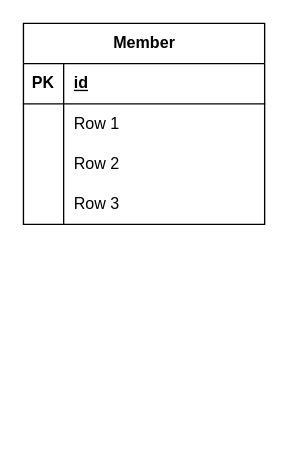
Before: sql/제목 없는 다이어그램.drawio in Kwanwoo-park/study, a draw.io diagram. Source tidied: cells renumbered, new cells numbered last; positions are measured from the earlier drawing's top-left corner, leaving out a move shared by most shapes. Both pictures are drawn from the tidied source at 134%, with x=0, y=0 at pixel (23, 23).
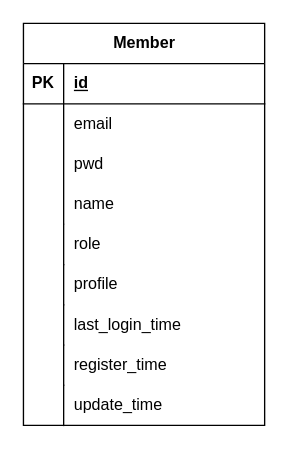
The same diagram, later.

Commit message:
Member ER diagram

Unchanged cells that the change refers to:
```xml
<mxCell id="6" style="shape=tableRow;horizontal=0;startSize=0;swimlaneHead=0;swimlaneBody=0;fillColor=none;top=0;left=0;right=0;bottom=0;" parent="2" vertex="1">
  <mxGeometry y="60" width="180" height="30" as="geometry" />
</mxCell>
<mxCell id="9" style="shape=tableRow;horizontal=0;startSize=0;swimlaneHead=0;swimlaneBody=0;fillColor=none;top=0;left=0;right=0;bottom=0;" parent="2" vertex="1">
  <mxGeometry y="90" width="180" height="30" as="geometry" />
</mxCell>
<mxCell id="12" style="shape=tableRow;horizontal=0;startSize=0;swimlaneHead=0;swimlaneBody=0;fillColor=none;top=0;left=0;right=0;bottom=0;" parent="2" vertex="1">
  <mxGeometry y="120" width="180" height="30" as="geometry" />
</mxCell>
```

What changed in the source:
```diff
@@
     <mxCell id="2" value="Member" style="shape=table;startSize=30;childLayout=tableLayout;rowLines=0;fontStyle=1;align=center;html=1;" parent="1" vertex="1">
-      <mxGeometry width="180" height="150" as="geometry" />
+      <mxGeometry width="180" height="300" as="geometry" />
     </mxCell>
@@
-    <mxCell id="8" value="Row 1" style="shape=partialRectangle;fillColor=none;top=0;left=0;bottom=0;right=0;align=left;spacingLeft=6;overflow=hidden;whiteSpace=wrap;html=1;" parent="6" vertex="1">
+    <mxCell id="8" value="email" style="shape=partialRectangle;fillColor=none;top=0;left=0;bottom=0;right=0;align=left;spacingLeft=6;overflow=hidden;whiteSpace=wrap;html=1;" parent="6" vertex="1">
       <mxGeometry x="30" width="150" height="30" as="geometry" />
     </mxCell>
@@
-    <mxCell id="11" value="Row 2" style="shape=partialRectangle;fillColor=none;top=0;left=0;bottom=0;right=0;align=left;spacingLeft=6;overflow=hidden;whiteSpace=wrap;html=1;" parent="9" vertex="1">
+    <mxCell id="11" value="pwd" style="shape=partialRectangle;fillColor=none;top=0;left=0;bottom=0;right=0;align=left;spacingLeft=6;overflow=hidden;whiteSpace=wrap;html=1;" parent="9" vertex="1">
       <mxGeometry x="30" width="150" height="30" as="geometry" />
     </mxCell>
@@
-    <mxCell id="14" value="Row 3" style="shape=partialRectangle;fillColor=none;top=0;left=0;bottom=0;right=0;align=left;spacingLeft=6;overflow=hidden;whiteSpace=wrap;html=1;" parent="12" vertex="1">
+    <mxCell id="14" value="name" style="shape=partialRectangle;fillColor=none;top=0;left=0;bottom=0;right=0;align=left;spacingLeft=6;overflow=hidden;whiteSpace=wrap;html=1;" parent="12" vertex="1">
       <mxGeometry x="30" width="150" height="30" as="geometry" />
     </mxCell>
+    <mxCell id="15" style="shape=partialRectangle;fillColor=none;top=0;left=0;bottom=0;right=1;overflow=hidden;whiteSpace=wrap;html=1;" parent="1" vertex="1">
+      <mxGeometry y="150" width="30" height="30" as="geometry" />
+    </mxCell>
+    <mxCell id="16" value="role" style="shape=partialRectangle;fillColor=none;top=0;left=0;bottom=0;right=0;align=left;spacingLeft=6;overflow=hidden;whiteSpace=wrap;html=1;" parent="1" vertex="1">
+      <mxGeometry x="30" y="150" width="150" height="30" as="geometry" />
+    </mxCell>
+    <mxCell id="17" style="shape=partialRectangle;fillColor=none;top=0;left=0;bottom=0;right=1;overflow=hidden;whiteSpace=wrap;html=1;" parent="1" vertex="1">
+      <mxGeometry y="180" width="30" height="30" as="geometry" />
+    </mxCell>
+    <mxCell id="18" value="profile" style="shape=partialRectangle;fillColor=none;top=0;left=0;bottom=0;right=0;align=left;spacingLeft=6;overflow=hidden;whiteSpace=wrap;html=1;" parent="1" vertex="1">
+      <mxGeometry x="30" y="180" width="150" height="30" as="geometry" />
+    </mxCell>
+    <mxCell id="19" style="shape=partialRectangle;fillColor=none;top=0;left=0;bottom=0;right=1;overflow=hidden;whiteSpace=wrap;html=1;" parent="1" vertex="1">
+      <mxGeometry y="210" width="30" height="30" as="geometry" />
+    </mxCell>
+    <mxCell id="20" value="last_login_time" style="shape=partialRectangle;fillColor=none;top=0;left=0;bottom=0;right=0;align=left;spacingLeft=6;overflow=hidden;whiteSpace=wrap;html=1;" parent="1" vertex="1">
+      <mxGeometry x="30" y="210" width="150" height="30" as="geometry" />
+    </mxCell>
+    <mxCell id="21" style="shape=partialRectangle;fillColor=none;top=0;left=0;bottom=0;right=1;overflow=hidden;whiteSpace=wrap;html=1;" parent="1" vertex="1">
+      <mxGeometry y="240" width="30" height="30" as="geometry" />
+    </mxCell>
+    <mxCell id="22" value="register_time" style="shape=partialRectangle;fillColor=none;top=0;left=0;bottom=0;right=0;align=left;spacingLeft=6;overflow=hidden;whiteSpace=wrap;html=1;" parent="1" vertex="1">
+      <mxGeometry x="30" y="240" width="150" height="30" as="geometry" />
+    </mxCell>
+    <mxCell id="23" style="shape=partialRectangle;fillColor=none;top=0;left=0;bottom=0;right=1;overflow=hidden;whiteSpace=wrap;html=1;" parent="1" vertex="1">
+      <mxGeometry y="270" width="30" height="30" as="geometry" />
+    </mxCell>
+    <mxCell id="24" value="update_time" style="shape=partialRectangle;fillColor=none;top=0;left=0;bottom=0;right=0;align=left;spacingLeft=6;overflow=hidden;whiteSpace=wrap;html=1;" parent="1" vertex="1">
+      <mxGeometry x="30" y="270" width="150" height="30" as="geometry" />
+    </mxCell>
```
